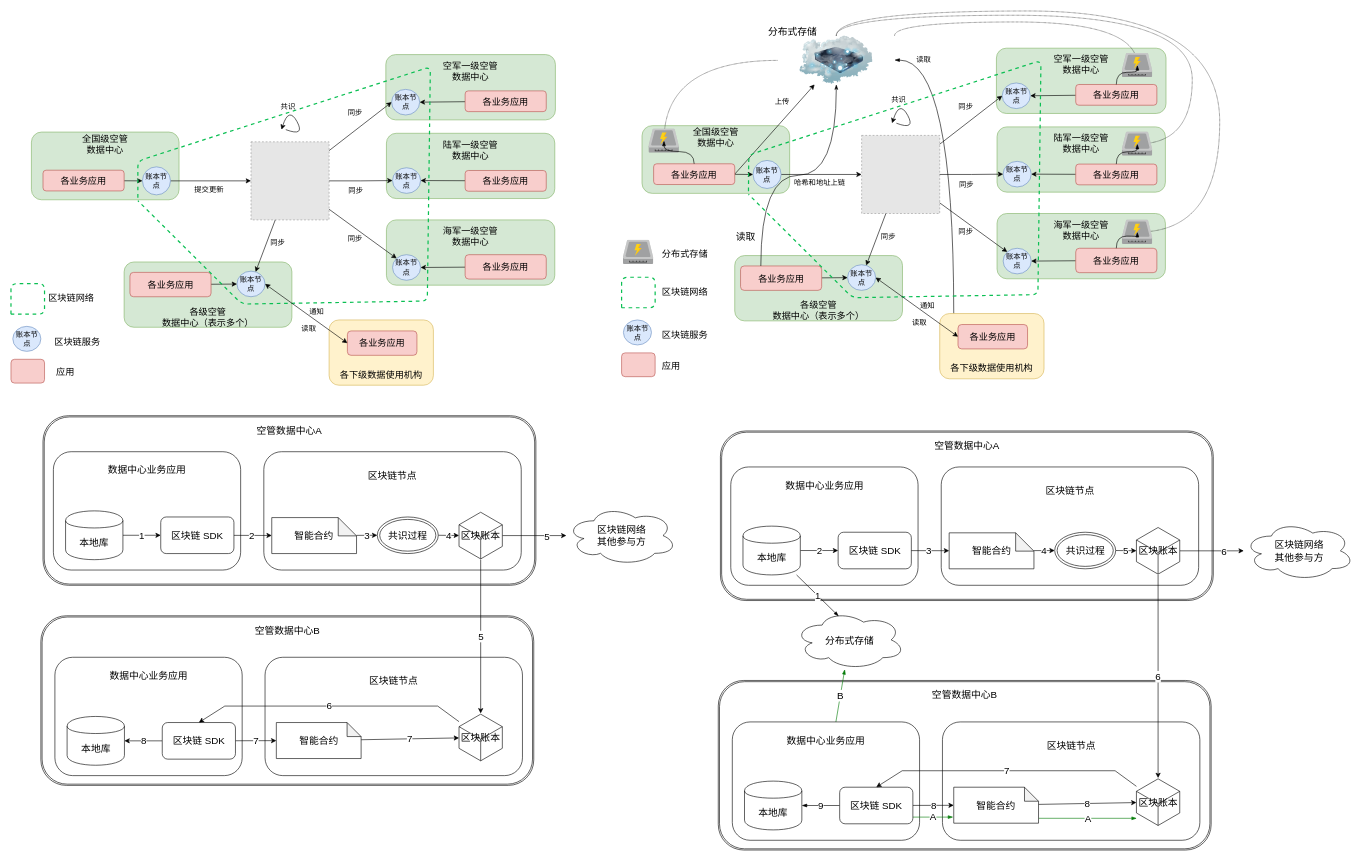
Above: repository/drawio/3suo/数据同步网络.drawio in dilide/collections (draw.io), before the change. Source tidied: cells renumbered, new cells numbered last; positions are measured from the earlier drawing's top-left corner, leaving out a move shared by most shapes. Both pictures are drawn from the tidied source at 61%, with x=0, y=0 at pixel (10, 10). Pictures stored in the file or linked from it are replaced by grey dashed boxes.
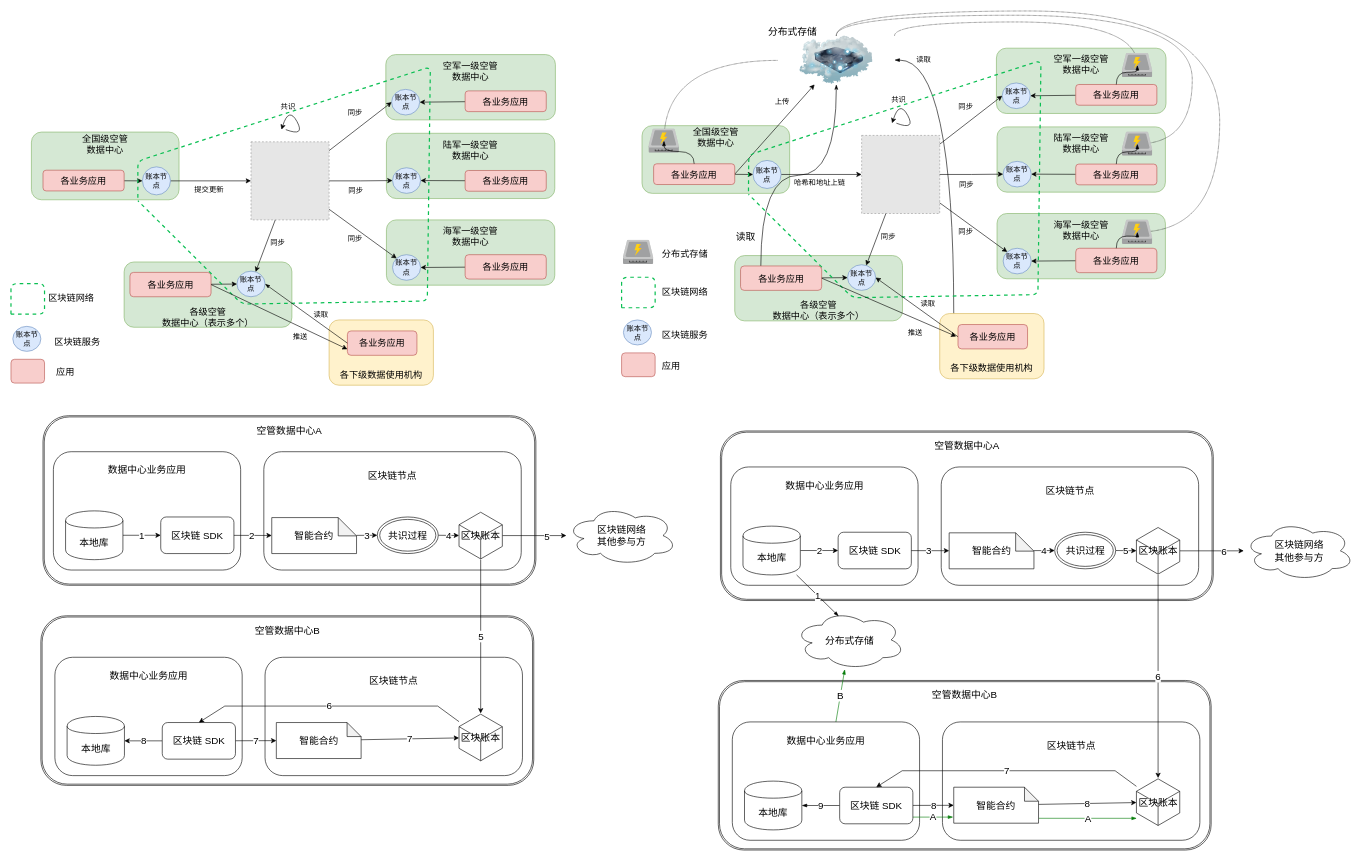
After the change.

Commit message (it also covers changes not shown here):
更新数据同步网络.drawio

Unchanged cells that the change refers to:
```xml
<mxCell id="23" value="账本节点" style="ellipse;whiteSpace=wrap;html=1;fillColor=#dae8fc;strokeColor=#6c8ebf;" parent="1" vertex="1">
  <mxGeometry x="371" y="427" width="46" height="42" as="geometry" />
</mxCell>
<mxCell id="33" value="各业务应用" style="rounded=1;whiteSpace=wrap;html=1;fontSize=15;fillColor=#f8cecc;strokeColor=#b85450;" parent="1" vertex="1">
  <mxGeometry x="552" y="525" width="114" height="40" as="geometry" />
</mxCell>
<mxCell id="35" value="各业务应用" style="rounded=1;whiteSpace=wrap;html=1;fontSize=15;fillColor=#f8cecc;strokeColor=#b85450;" parent="1" vertex="1">
  <mxGeometry x="195.5" y="429" width="133" height="40" as="geometry" />
</mxCell>
<mxCell id="95" value="账本节点" style="ellipse;whiteSpace=wrap;html=1;fillColor=#dae8fc;strokeColor=#6c8ebf;" parent="1" vertex="1">
  <mxGeometry x="1372" y="416.5" width="46" height="42" as="geometry" />
</mxCell>
<mxCell id="106" value="各业务应用" style="rounded=1;whiteSpace=wrap;html=1;fontSize=15;fillColor=#f8cecc;strokeColor=#b85450;" parent="1" vertex="1">
  <mxGeometry x="1553" y="514.5" width="114" height="40" as="geometry" />
</mxCell>
```

What changed in the source:
```diff
@@
-    <mxCell id="45" style="endArrow=classic;startArrow=classic;html=1;strokeColor=#000000;strokeWidth=1;fontSize=15;entryX=1;entryY=0.5;entryDx=0;entryDy=0;exitX=0;exitY=0.5;exitDx=0;exitDy=0;" parent="1" edge="1" source="33" target="23">
+    <mxCell id="45" style="endArrow=classicThin;startArrow=none;html=1;strokeColor=#000000;strokeWidth=1;fontSize=15;entryX=1;entryY=0.5;entryDx=0;entryDy=0;exitX=0;exitY=0.5;exitDx=0;exitDy=0;endFill=1;startFill=0;" parent="1" edge="1" source="33" target="23">
       <mxGeometry relative="1" as="geometry" />
     </mxCell>
-    <mxCell id="46" value="通知" style="text;html=1;align=left;verticalAlign=top;spacingTop=-4;" parent="1" vertex="1">
-      <mxGeometry x="488" y="484" width="34" height="14" as="geometry" />
+    <mxCell id="46" value="推送" style="text;html=1;align=left;verticalAlign=top;spacingTop=-4;" parent="1" vertex="1">
+      <mxGeometry x="461" y="525" width="34" height="14" as="geometry" />
     </mxCell>
     <mxCell id="47" value="读取" style="text;html=1;align=left;verticalAlign=top;spacingTop=-4;fontSize=12;" parent="1" vertex="1">
-      <mxGeometry x="475" y="511" width="40" height="18" as="geometry" />
+      <mxGeometry x="495" y="489" width="40" height="18" as="geometry" />
     </mxCell>
@@
-    <mxCell id="108" value="各业务应用" style="rounded=1;whiteSpace=wrap;html=1;fontSize=15;fillColor=#f8cecc;strokeColor=#b85450;" parent="1" vertex="1">
-      <mxGeometry x="1196.5" y="418.5" width="133" height="40" as="geometry" />
-    </mxCell>
@@
-    <mxCell id="119" style="endArrow=classic;startArrow=classic;html=1;strokeColor=#000000;strokeWidth=1;fontSize=15;entryX=1;entryY=0.5;entryDx=0;entryDy=0;exitX=0;exitY=0.5;exitDx=0;exitDy=0;" parent="1" edge="1" source="106" target="95">
+    <mxCell id="119" style="endArrow=classic;startArrow=none;html=1;strokeColor=#000000;strokeWidth=1;fontSize=15;entryX=1;entryY=0.5;entryDx=0;entryDy=0;exitX=0;exitY=0.5;exitDx=0;exitDy=0;startFill=0;" parent="1" edge="1" source="106" target="95">
       <mxGeometry relative="1" as="geometry" />
     </mxCell>
-    <mxCell id="120" value="通知" style="text;html=1;align=left;verticalAlign=top;spacingTop=-4;" parent="1" vertex="1">
-      <mxGeometry x="1489" y="473.5" width="34" height="14" as="geometry" />
+    <mxCell id="120" value="推送" style="text;html=1;align=left;verticalAlign=top;spacingTop=-4;" parent="1" vertex="1">
+      <mxGeometry x="1469" y="517.5" width="34" height="14" as="geometry" />
     </mxCell>
     <mxCell id="121" value="读取" style="text;html=1;align=left;verticalAlign=top;spacingTop=-4;fontSize=12;" parent="1" vertex="1">
-      <mxGeometry x="1476" y="500.5" width="40" height="18" as="geometry" />
+      <mxGeometry x="1490" y="471" width="40" height="18" as="geometry" />
     </mxCell>
@@
+    <mxCell id="108" value="各业务应用" style="rounded=1;whiteSpace=wrap;html=1;fontSize=15;fillColor=#f8cecc;strokeColor=#b85450;" parent="1" vertex="1">
+      <mxGeometry x="1196.5" y="418.5" width="133" height="40" as="geometry" />
+    </mxCell>
+    <mxCell id="175" style="endArrow=classic;html=1;exitX=1;exitY=0.5;exitDx=0;exitDy=0;entryX=0;entryY=0.75;entryDx=0;entryDy=0;" parent="1" edge="1" source="35" target="33">
+      <mxGeometry relative="1" as="geometry" />
+    </mxCell>
+    <mxCell id="176" style="endArrow=classic;html=1;exitX=1;exitY=0.5;exitDx=0;exitDy=0;" parent="1" edge="1" source="108">
+      <mxGeometry relative="1" as="geometry">
+        <mxPoint x="1550" y="534" as="targetPoint" />
+      </mxGeometry>
+    </mxCell>
```
